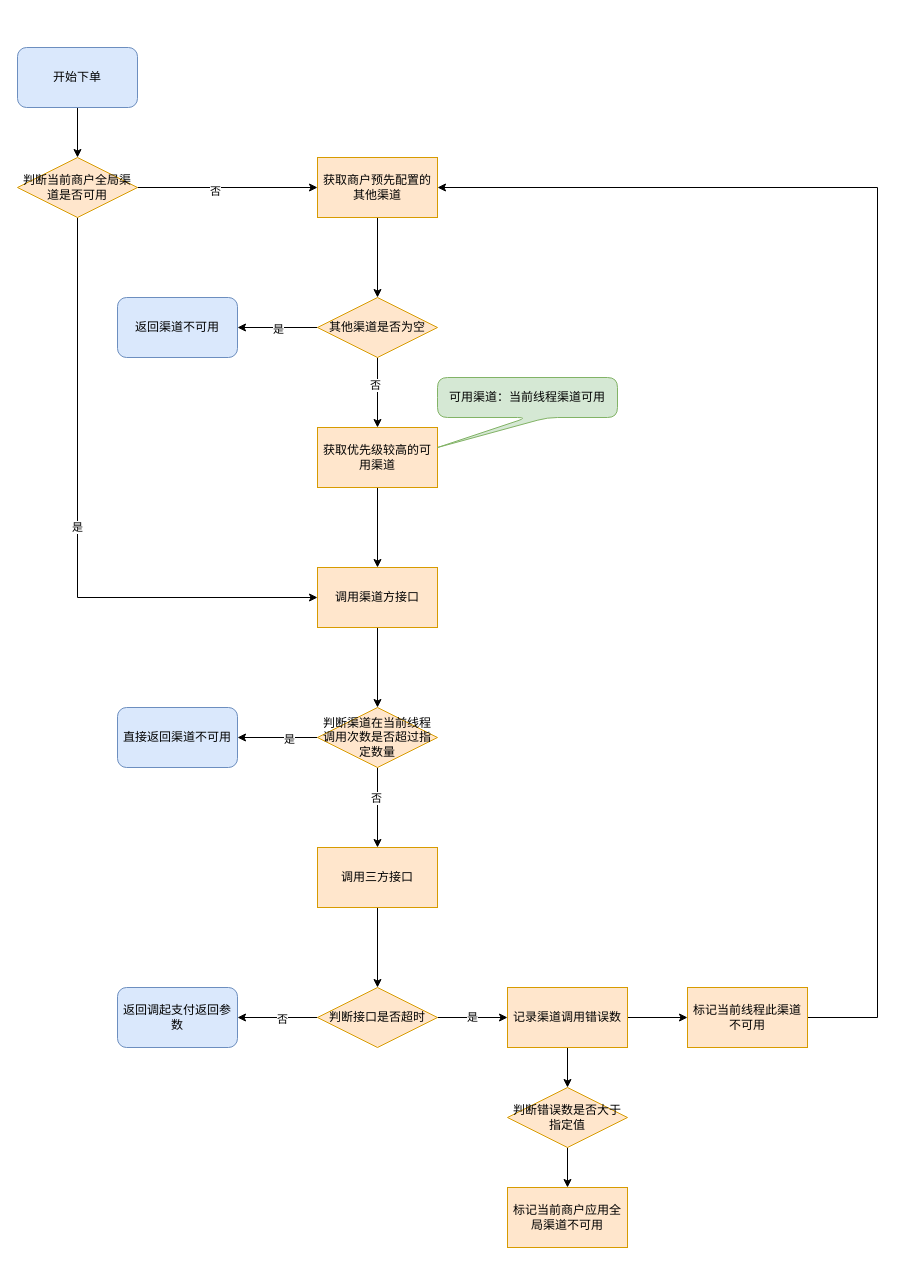
Earlier version of the draw.io diagram page "Page-1" (1 of 2) of 支付中心下单自动切换渠道.drawio (gudujiujian11/diagram). Source tidied: cells renumbered, new cells numbered last; positions are measured from the earlier drawing's top-left corner, leaving out a move shared by most shapes. Both pictures are drawn from the tidied source at 100%, with x=0, y=0 at pixel (17, 47).
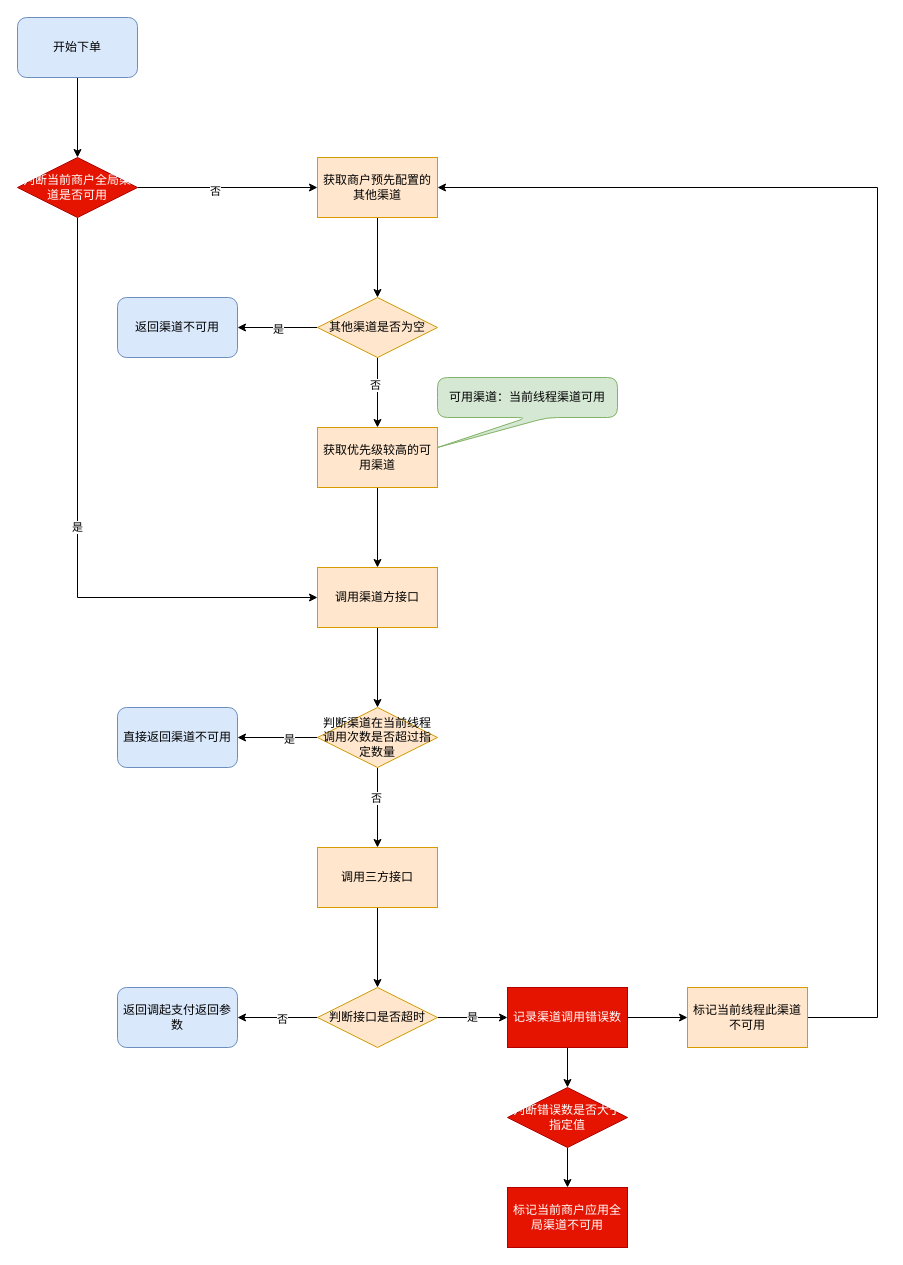
The same diagram, later.

Commit message:
更新支付中心下单自动切换渠道.drawio

What changed in the source:
```diff
@@
     <mxCell id="3" value="开始下单" style="rounded=1;whiteSpace=wrap;html=1;fontFamily=Helvetica;fontSize=12;fontColor=default;align=center;strokeColor=#6c8ebf;fillColor=#dae8fc;" parent="1" vertex="1">
-      <mxGeometry width="120" height="60" as="geometry" />
+      <mxGeometry y="-30" width="120" height="60" as="geometry" />
     </mxCell>
@@
-    <mxCell id="7" value="判断当前商户全局渠道是否可用" style="rhombus;whiteSpace=wrap;html=1;fontFamily=Helvetica;fontSize=12;align=center;strokeColor=#d79b00;fillColor=#ffe6cc;" parent="1" vertex="1">
+    <mxCell id="7" value="判断当前商户全局渠道是否可用" style="rhombus;whiteSpace=wrap;html=1;fontFamily=Helvetica;fontSize=12;align=center;strokeColor=#B20000;fillColor=#e51400;fontColor=#ffffff;" parent="1" vertex="1">
       <mxGeometry y="110" width="120" height="60" as="geometry" />
     </mxCell>
@@
-    <mxCell id="29" value="记录渠道调用错误数" style="whiteSpace=wrap;html=1;fillColor=#ffe6cc;strokeColor=#d79b00;" parent="1" vertex="1">
+    <mxCell id="29" value="记录渠道调用错误数" style="whiteSpace=wrap;html=1;fillColor=#e51400;strokeColor=#B20000;fontColor=#ffffff;" parent="1" vertex="1">
       <mxGeometry x="490" y="940" width="120" height="60" as="geometry" />
     </mxCell>
@@
-    <mxCell id="33" value="判断错误数是否大于指定值" style="rhombus;whiteSpace=wrap;html=1;fontFamily=Helvetica;fontSize=12;fontColor=default;align=center;strokeColor=#d79b00;fillColor=#ffe6cc;" parent="1" vertex="1">
+    <mxCell id="33" value="判断错误数是否大于指定值" style="rhombus;whiteSpace=wrap;html=1;fontFamily=Helvetica;fontSize=12;fontColor=#ffffff;align=center;strokeColor=#B20000;fillColor=#e51400;" parent="1" vertex="1">
       <mxGeometry x="490" y="1040" width="120" height="60" as="geometry" />
     </mxCell>
-    <mxCell id="34" value="标记当前商户应用全局渠道不可用" style="whiteSpace=wrap;html=1;fillColor=#ffe6cc;strokeColor=#d79b00;" parent="1" vertex="1">
+    <mxCell id="34" value="标记当前商户应用全局渠道不可用" style="whiteSpace=wrap;html=1;fillColor=#e51400;strokeColor=#B20000;fontColor=#ffffff;" parent="1" vertex="1">
       <mxGeometry x="490" y="1140" width="120" height="60" as="geometry" />
     </mxCell>
```
